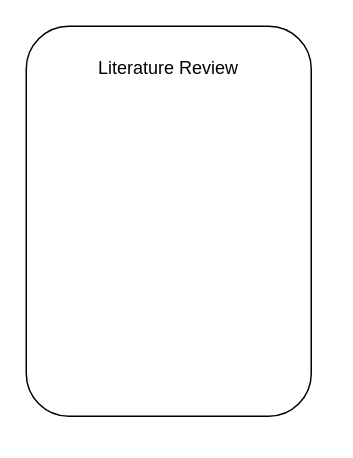
The draw.io diagram Framework method.drawio in ariesharry/Maturity-Index, before the edit. Source tidied: cells renumbered, new cells numbered last; positions are measured from the earlier drawing's top-left corner, leaving out a move shared by most shapes. Both pictures are drawn from the tidied source at 150%, with x=0, y=0 at pixel (26, 26).
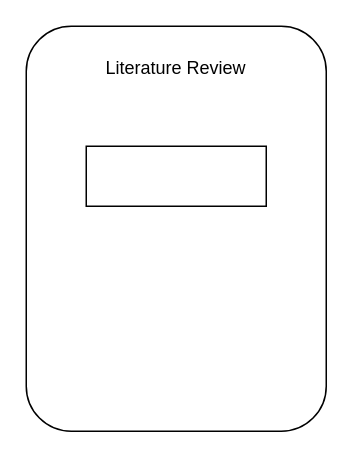
Above is the later version.

What changed in the source:
```diff
@@
 <mxGraphModel>
   <root>
     <mxCell id="0" />
     <mxCell id="1" parent="0" />
     <mxCell id="2" value="&#10;Literature Review&#10;&#10;" style="rounded=1;whiteSpace=wrap;html=1;verticalAlign=top;" parent="1" vertex="1">
-      <mxGeometry width="190" height="260" as="geometry" />
+      <mxGeometry width="200" height="270" as="geometry" />
     </mxCell>
+    <mxCell id="3" style="rounded=0;whiteSpace=wrap;html=1;" parent="1" vertex="1">
+      <mxGeometry x="40" y="80" width="120" height="40" as="geometry" />
+    </mxCell>
   </root>
 </mxGraphModel>
```
